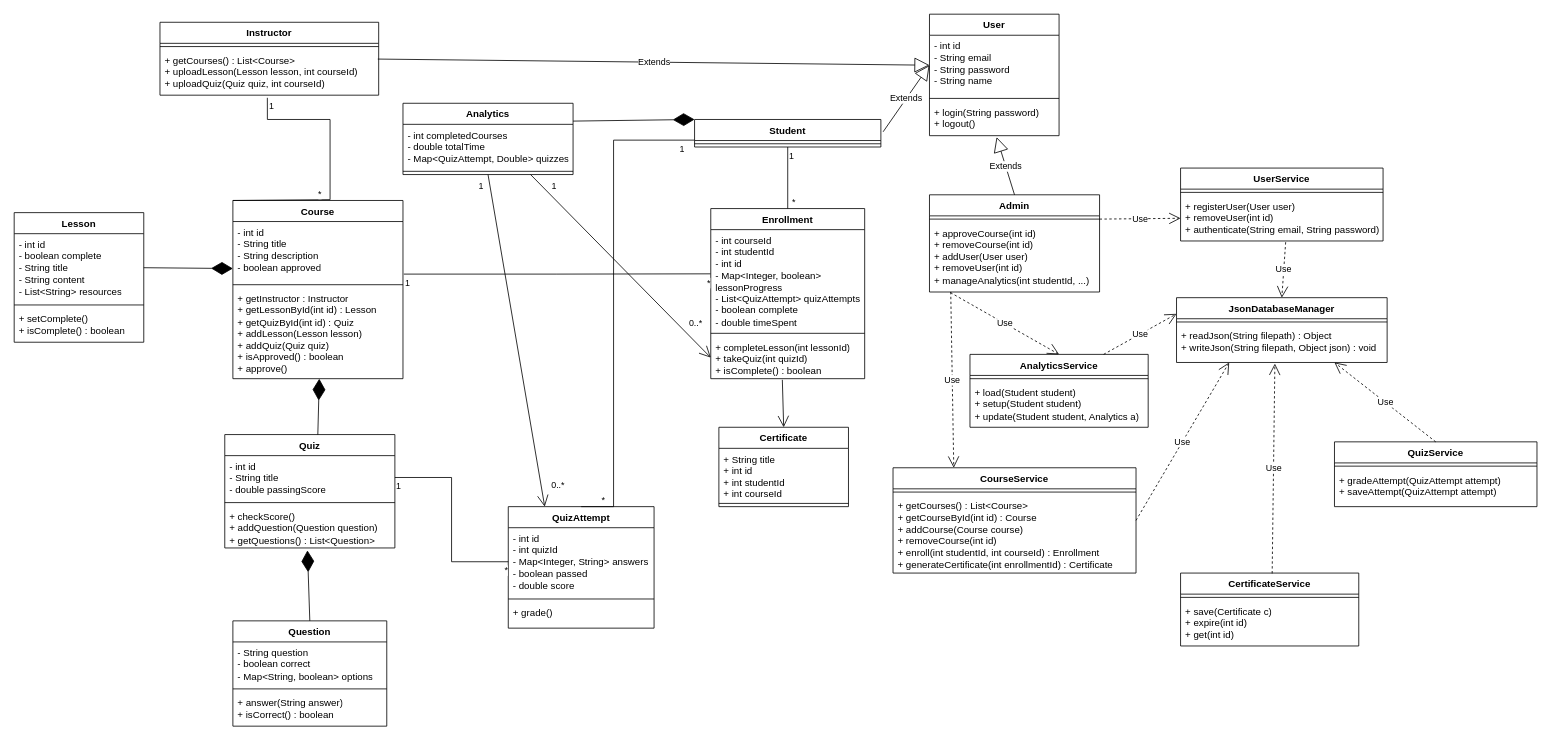
The draw.io diagram Class_Diagram.drawio in Hassanmo-20/SkillForge-UML-Design, before the edit. Source tidied: cells renumbered, new cells numbered last; positions are measured from the earlier drawing's top-left corner, leaving out a move shared by most shapes. Both pictures are drawn from the tidied source at 81%, with x=0, y=0 at pixel (14, 14).
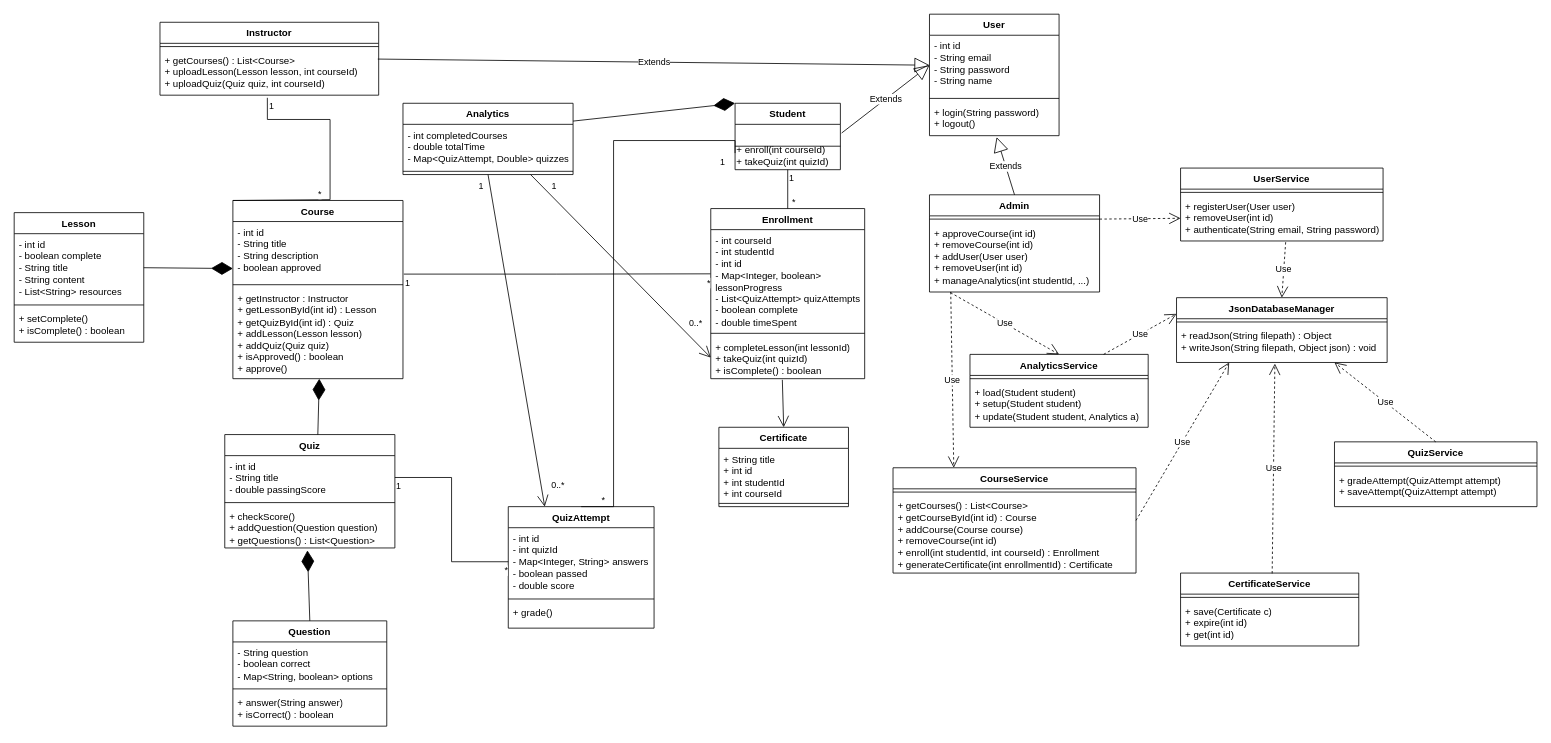
Above is the later version.

Commit message (it also covers changes not shown here):
fix student class

Diff of the diagram source:
```diff
@@
     <mxCell id="6" value="Student" style="swimlane;fontStyle=1;align=center;verticalAlign=top;horizontal=1;startSize=26;whiteSpace=wrap;html=1;" parent="1" vertex="1">
-      <mxGeometry x="840" y="130" width="230" height="34" as="geometry" />
+      <mxGeometry x="890" y="110" width="130" height="82" as="geometry" />
     </mxCell>
     <mxCell id="7" style="line;strokeWidth=1;fillColor=none;align=left;verticalAlign=middle;spacingTop=-1;spacingLeft=3;spacingRight=3;labelPosition=right;strokeColor=inherit;" parent="6" vertex="1">
-      <mxGeometry y="26" width="230" height="8" as="geometry" />
+      <mxGeometry y="26" width="130" height="54" as="geometry" />
     </mxCell>
+    <mxCell id="100" value="+ enroll(int courseId)&lt;br&gt;+ takeQuiz(int quizId)" style="text;html=1;whiteSpace=wrap;strokeColor=none;fillColor=none;align=left;verticalAlign=bottom;rounded=0;" parent="6" vertex="1">
+      <mxGeometry y="80" width="130" height="2" as="geometry" />
+    </mxCell>
```
